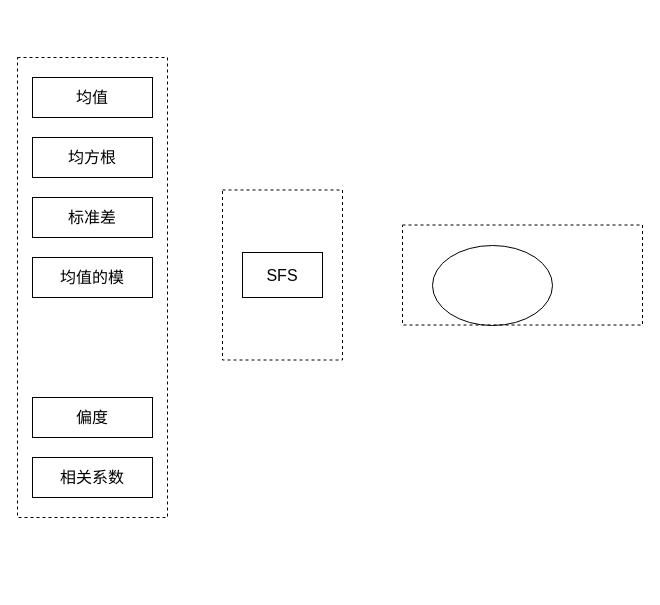
ByronGe/ff keeps this draw.io diagram as 特征选择示意图.drawio. Above is the earlier version. Source tidied: cells renumbered, new cells numbered last; positions are measured from the earlier drawing's top-left corner, leaving out a move shared by most shapes. Both pictures are drawn from the tidied source at 100%, with x=0, y=0 at pixel (17, 57).
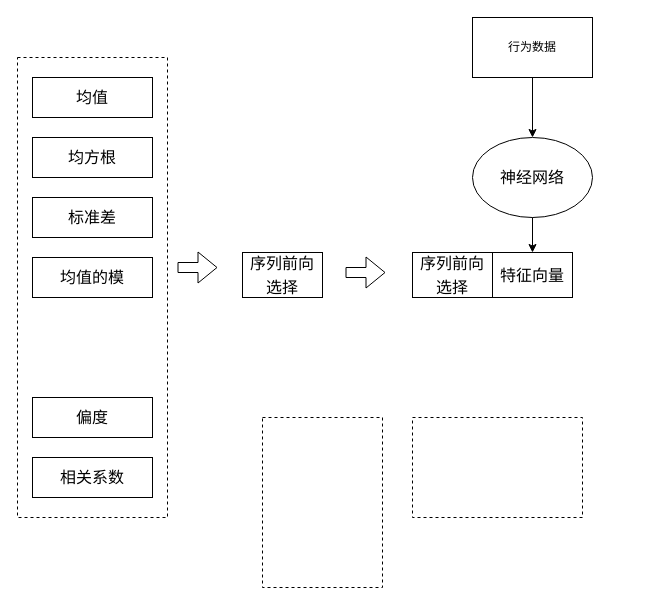
The same page after the edit.

Commit message:
Update 特征选择示意图.drawio

What changed in the source:
```diff
@@
-    <mxCell id="5" value="&lt;div&gt;SFS&lt;/div&gt;" style="rounded=0;whiteSpace=wrap;html=1;fontSize=16;" parent="1" vertex="1">
+    <mxCell id="5" value="&lt;span style=&quot;font-size: 12pt ; line-height: 150%&quot;&gt;序列前向选择&lt;/span&gt;" style="rounded=0;whiteSpace=wrap;html=1;fontSize=16;" parent="1" vertex="1">
       <mxGeometry x="225" y="195" width="80" height="45" as="geometry" />
     </mxCell>
@@
     <mxCell id="10" style="rounded=0;whiteSpace=wrap;html=1;dashed=1;fillColor=none;fontSize=16;" parent="1" vertex="1">
-      <mxGeometry x="205" y="132.5" width="120" height="170" as="geometry" />
+      <mxGeometry x="245" y="360" width="120" height="170" as="geometry" />
     </mxCell>
     <mxCell id="11" style="rounded=0;whiteSpace=wrap;html=1;dashed=1;fillColor=none;fontSize=16;" parent="1" vertex="1">
-      <mxGeometry x="385" y="167.5" width="240" height="100" as="geometry" />
+      <mxGeometry x="395" y="360" width="170" height="100" as="geometry" />
     </mxCell>
+    <mxCell id="13" style="edgeStyle=orthogonalEdgeStyle;rounded=0;jettySize=auto;html=1;" parent="1" edge="1" source="12" target="19">
+      <mxGeometry relative="1" as="geometry" />
+    </mxCell>
-    <mxCell id="12" style="ellipse;whiteSpace=wrap;html=1;fillColor=none;fontSize=16;" parent="1" vertex="1">
-      <mxGeometry x="415" y="188" width="120" height="80" as="geometry" />
+    <mxCell id="12" value="神经网络" style="ellipse;whiteSpace=wrap;html=1;fillColor=none;fontSize=16;" parent="1" vertex="1">
+      <mxGeometry x="455" y="80" width="120" height="80" as="geometry" />
     </mxCell>
+    <mxCell id="14" style="shape=flexArrow;endArrow=classic;html=1;" parent="1" edge="1">
+      <mxGeometry relative="1" as="geometry">
+        <mxPoint x="160" y="210" as="sourcePoint" />
+        <mxPoint x="200" y="210" as="targetPoint" />
+      </mxGeometry>
+    </mxCell>
+    <mxCell id="15" style="shape=flexArrow;endArrow=classic;html=1;" parent="1" edge="1">
+      <mxGeometry relative="1" as="geometry">
+        <mxPoint x="328" y="215" as="sourcePoint" />
+        <mxPoint x="368" y="215" as="targetPoint" />
+      </mxGeometry>
+    </mxCell>
+    <mxCell id="16" value="&lt;span style=&quot;font-size: 12pt ; line-height: 150%&quot;&gt;序列前向选择&lt;/span&gt;" style="rounded=0;whiteSpace=wrap;html=1;fontSize=16;" parent="1" vertex="1">
+      <mxGeometry x="395" y="195" width="80" height="45" as="geometry" />
+    </mxCell>
+    <mxCell id="17" style="edgeStyle=orthogonalEdgeStyle;rounded=0;jettySize=auto;html=1;" parent="1" edge="1" source="18" target="12">
+      <mxGeometry relative="1" as="geometry" />
+    </mxCell>
+    <mxCell id="18" value="行为数据" style="rounded=0;whiteSpace=wrap;html=1;" parent="1" vertex="1">
+      <mxGeometry x="455" y="-40" width="120" height="60" as="geometry" />
+    </mxCell>
+    <mxCell id="19" value="特征向量" style="rounded=0;whiteSpace=wrap;html=1;fontSize=16;" parent="1" vertex="1">
+      <mxGeometry x="475" y="195" width="80" height="45" as="geometry" />
+    </mxCell>
```
